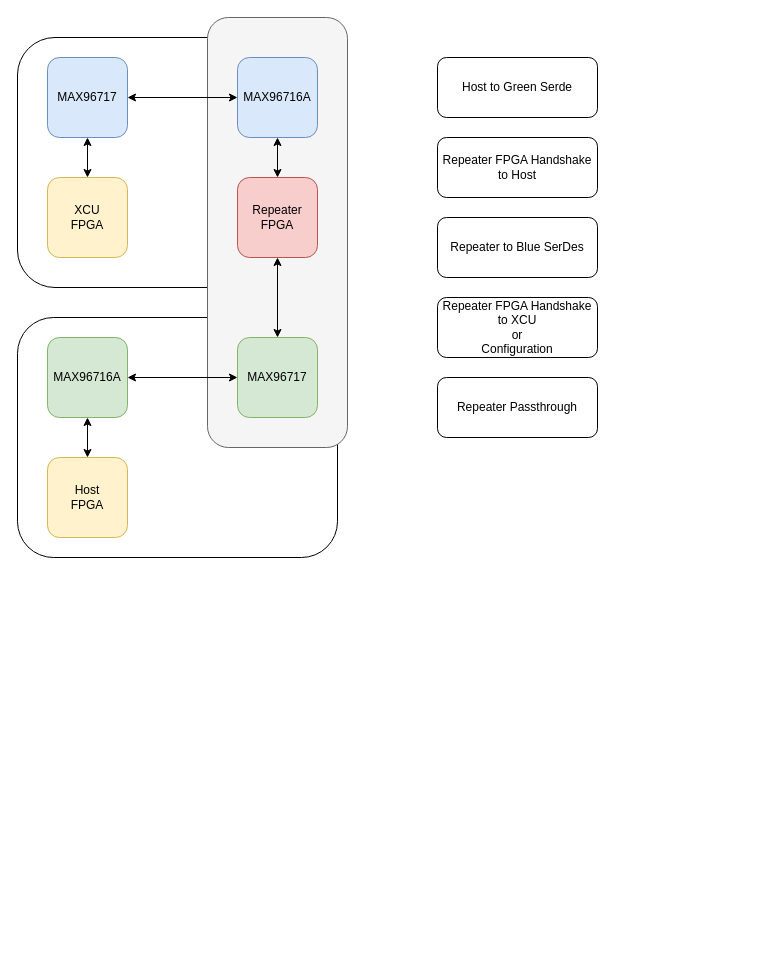
Earlier version of the draw.io diagram docs/diagrams/2026/SerDes_Repeater.dio (tzechienchu/mynotes). Source tidied: cells renumbered, new cells numbered last; positions are measured from the earlier drawing's top-left corner, leaving out a move shared by most shapes. Both pictures are drawn from the tidied source at 100%, with x=0, y=0 at pixel (17, 17).
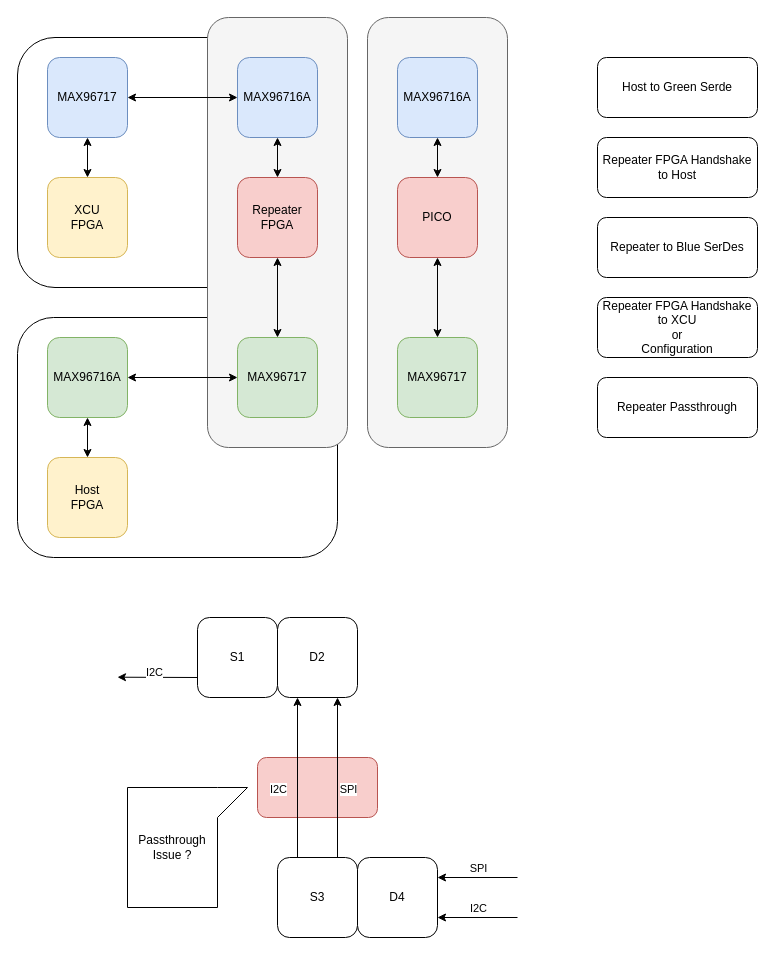
The same diagram, later.

What changed in the source:
```diff
@@
+    <mxCell id="23" style="rounded=1;whiteSpace=wrap;html=1;roundedPerimeter=1;fillColor=#f8cecc;strokeColor=#b85450;" parent="1" vertex="1">
+      <mxGeometry x="240" y="740" width="120" height="60" as="geometry" />
+    </mxCell>
@@
     <mxCell id="18" value="Host to Green Serde" style="rounded=1;whiteSpace=wrap;html=1;roundedPerimeter=1;" parent="1" vertex="1">
-      <mxGeometry x="420" y="40" width="160" height="60" as="geometry" />
+      <mxGeometry x="580" y="40" width="160" height="60" as="geometry" />
     </mxCell>
     <mxCell id="19" value="Repeater to Blue SerDes" style="rounded=1;whiteSpace=wrap;html=1;roundedPerimeter=1;" parent="1" vertex="1">
-      <mxGeometry x="420" y="200" width="160" height="60" as="geometry" />
+      <mxGeometry x="580" y="200" width="160" height="60" as="geometry" />
     </mxCell>
     <mxCell id="20" value="Repeater FPGA Handshake to Host" style="rounded=1;whiteSpace=wrap;html=1;roundedPerimeter=1;" parent="1" vertex="1">
-      <mxGeometry x="420" y="120" width="160" height="60" as="geometry" />
+      <mxGeometry x="580" y="120" width="160" height="60" as="geometry" />
     </mxCell>
     <mxCell id="21" value="Repeater FPGA Handshake to XCU&lt;div&gt;or&lt;/div&gt;&lt;div&gt;Configuration&lt;/div&gt;" style="rounded=1;whiteSpace=wrap;html=1;roundedPerimeter=1;" parent="1" vertex="1">
-      <mxGeometry x="420" y="280" width="160" height="60" as="geometry" />
+      <mxGeometry x="580" y="280" width="160" height="60" as="geometry" />
     </mxCell>
     <mxCell id="22" value="Repeater Passthrough" style="rounded=1;whiteSpace=wrap;html=1;roundedPerimeter=1;" parent="1" vertex="1">
-      <mxGeometry x="420" y="360" width="160" height="60" as="geometry" />
+      <mxGeometry x="580" y="360" width="160" height="60" as="geometry" />
     </mxCell>
+    <mxCell id="24" style="edgeStyle=none;html=1;exitX=0;exitY=0.75;exitDx=0;exitDy=0;" parent="1" edge="1" source="26">
+      <mxGeometry relative="1" as="geometry">
+        <mxPoint x="100" y="659.7" as="targetPoint" />
+      </mxGeometry>
+    </mxCell>
+    <mxCell id="25" value="I2C" style="edgeLabel;html=1;align=center;verticalAlign=middle;inheritText=1;" parent="24" vertex="1">
+      <mxGeometry x="0.1" y="-5" relative="1" as="geometry" />
+    </mxCell>
+    <mxCell id="26" value="S1" style="rounded=1;whiteSpace=wrap;html=1;roundedPerimeter=1;" parent="1" vertex="1">
+      <mxGeometry x="180" y="600" width="80" height="80" as="geometry" />
+    </mxCell>
+    <mxCell id="27" value="D2" style="rounded=1;whiteSpace=wrap;html=1;roundedPerimeter=1;" parent="1" vertex="1">
+      <mxGeometry x="260" y="600" width="80" height="80" as="geometry" />
+    </mxCell>
+    <mxCell id="28" style="edgeStyle=none;html=1;exitX=0.25;exitY=0;exitDx=0;exitDy=0;entryX=0.25;entryY=1;entryDx=0;entryDy=0;" parent="1" edge="1" source="32" target="27">
+      <mxGeometry relative="1" as="geometry" />
+    </mxCell>
+    <mxCell id="29" value="I2C" style="edgeLabel;html=1;align=center;verticalAlign=middle;inheritText=1;" parent="28" vertex="1">
+      <mxGeometry x="-0.27" y="1" relative="1" as="geometry">
+        <mxPoint x="-19" y="-11" as="offset" />
+      </mxGeometry>
+    </mxCell>
+    <mxCell id="30" style="edgeStyle=none;html=1;exitX=0.75;exitY=0;exitDx=0;exitDy=0;entryX=0.75;entryY=1;entryDx=0;entryDy=0;" parent="1" edge="1" source="32" target="27">
+      <mxGeometry relative="1" as="geometry" />
+    </mxCell>
+    <mxCell id="31" value="SPI" style="edgeLabel;html=1;align=center;verticalAlign=middle;inheritText=1;" parent="30" vertex="1">
+      <mxGeometry x="0.03" y="1" relative="1" as="geometry">
+        <mxPoint x="11" y="13" as="offset" />
+      </mxGeometry>
+    </mxCell>
+    <mxCell id="32" value="S3" style="rounded=1;whiteSpace=wrap;html=1;roundedPerimeter=1;" parent="1" vertex="1">
+      <mxGeometry x="260" y="840" width="80" height="80" as="geometry" />
+    </mxCell>
+    <mxCell id="33" style="edgeStyle=none;html=1;exitX=1;exitY=0.75;exitDx=0;exitDy=0;startArrow=classic;startFill=1;endArrow=none;endFill=0;" parent="1" edge="1">
+      <mxGeometry relative="1" as="geometry">
+        <mxPoint x="420" y="900" as="sourcePoint" />
+        <mxPoint x="500" y="900" as="targetPoint" />
+      </mxGeometry>
+    </mxCell>
+    <mxCell id="34" value="I2C" style="edgeLabel;html=1;align=center;verticalAlign=middle;inheritText=1;" parent="33" vertex="1">
+      <mxGeometry x="-0.03" y="3" relative="1" as="geometry">
+        <mxPoint x="1" y="-7" as="offset" />
+      </mxGeometry>
+    </mxCell>
+    <mxCell id="35" value="D4" style="rounded=1;whiteSpace=wrap;html=1;roundedPerimeter=1;" parent="1" vertex="1">
+      <mxGeometry x="340" y="840" width="80" height="80" as="geometry" />
+    </mxCell>
+    <mxCell id="36" style="edgeStyle=none;html=1;exitX=1;exitY=0.75;exitDx=0;exitDy=0;startArrow=classic;startFill=1;endArrow=none;endFill=0;" parent="1" edge="1">
+      <mxGeometry relative="1" as="geometry">
+        <mxPoint x="420" y="860" as="sourcePoint" />
+        <mxPoint x="500" y="860" as="targetPoint" />
+      </mxGeometry>
+    </mxCell>
+    <mxCell id="37" value="SPI" style="edgeLabel;html=1;align=center;verticalAlign=middle;inheritText=1;" parent="36" vertex="1">
+      <mxGeometry x="-0.13" y="-1" relative="1" as="geometry">
+        <mxPoint x="5" y="-11" as="offset" />
+      </mxGeometry>
+    </mxCell>
+    <mxCell id="38" value="Passthrough Issue ?" style="shape=callout;whiteSpace=wrap;html=1;perimeter=calloutPerimeter;size=30;position=0.75;base=120;position2=1;direction=north;" parent="1" vertex="1">
+      <mxGeometry x="110" y="770" width="120" height="120" as="geometry" />
+    </mxCell>
+    <mxCell id="39" style="rounded=1;whiteSpace=wrap;html=1;roundedPerimeter=1;fillColor=#f5f5f5;fontColor=#333333;strokeColor=#666666;" parent="1" vertex="1">
+      <mxGeometry x="350" width="140" height="430" as="geometry" />
+    </mxCell>
+    <mxCell id="40" style="edgeStyle=none;html=1;exitX=0.5;exitY=1;exitDx=0;exitDy=0;entryX=0.5;entryY=0;entryDx=0;entryDy=0;startArrow=classic;startFill=1;" parent="1" edge="1" source="41" target="43">
+      <mxGeometry relative="1" as="geometry" />
+    </mxCell>
+    <mxCell id="41" value="MAX96716A" style="rounded=1;whiteSpace=wrap;html=1;roundedPerimeter=1;fillColor=#dae8fc;strokeColor=#6c8ebf;" parent="1" vertex="1">
+      <mxGeometry x="380" y="40" width="80" height="80" as="geometry" />
+    </mxCell>
+    <mxCell id="42" style="edgeStyle=none;html=1;exitX=0.5;exitY=1;exitDx=0;exitDy=0;entryX=0.5;entryY=0;entryDx=0;entryDy=0;startArrow=classic;startFill=1;" parent="1" edge="1" source="43" target="44">
+      <mxGeometry relative="1" as="geometry" />
+    </mxCell>
+    <mxCell id="43" value="PICO" style="rounded=1;whiteSpace=wrap;html=1;roundedPerimeter=1;fillColor=#f8cecc;strokeColor=#b85450;" parent="1" vertex="1">
+      <mxGeometry x="380" y="160" width="80" height="80" as="geometry" />
+    </mxCell>
+    <mxCell id="44" value="MAX96717" style="rounded=1;whiteSpace=wrap;html=1;roundedPerimeter=1;fillColor=#d5e8d4;strokeColor=#82b366;" parent="1" vertex="1">
+      <mxGeometry x="380" y="320" width="80" height="80" as="geometry" />
+    </mxCell>
```
